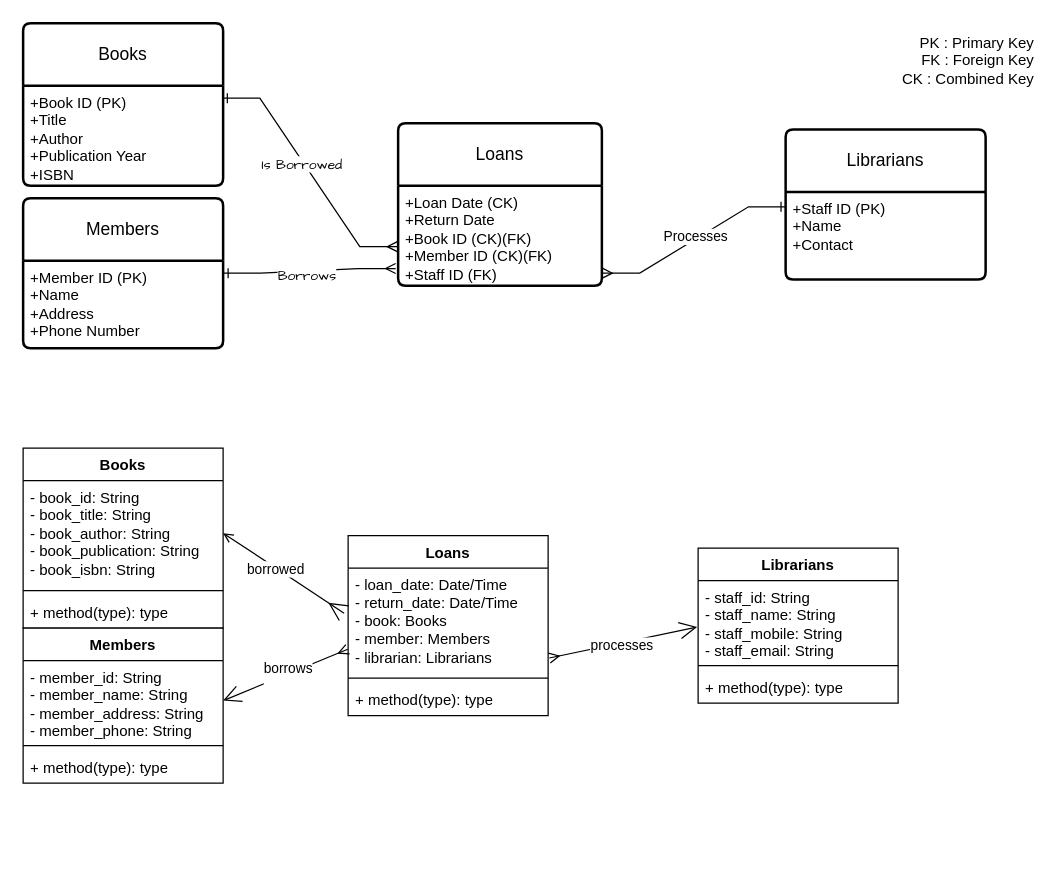
Earlier version of the draw.io diagram Library.drawio (williamprodinger23/williamprodinger23.github.io). Source tidied: cells renumbered, new cells numbered last; positions are measured from the earlier drawing's top-left corner, leaving out a move shared by most shapes. Both pictures are drawn from the tidied source at 125%, with x=0, y=0 at pixel (22, 22).
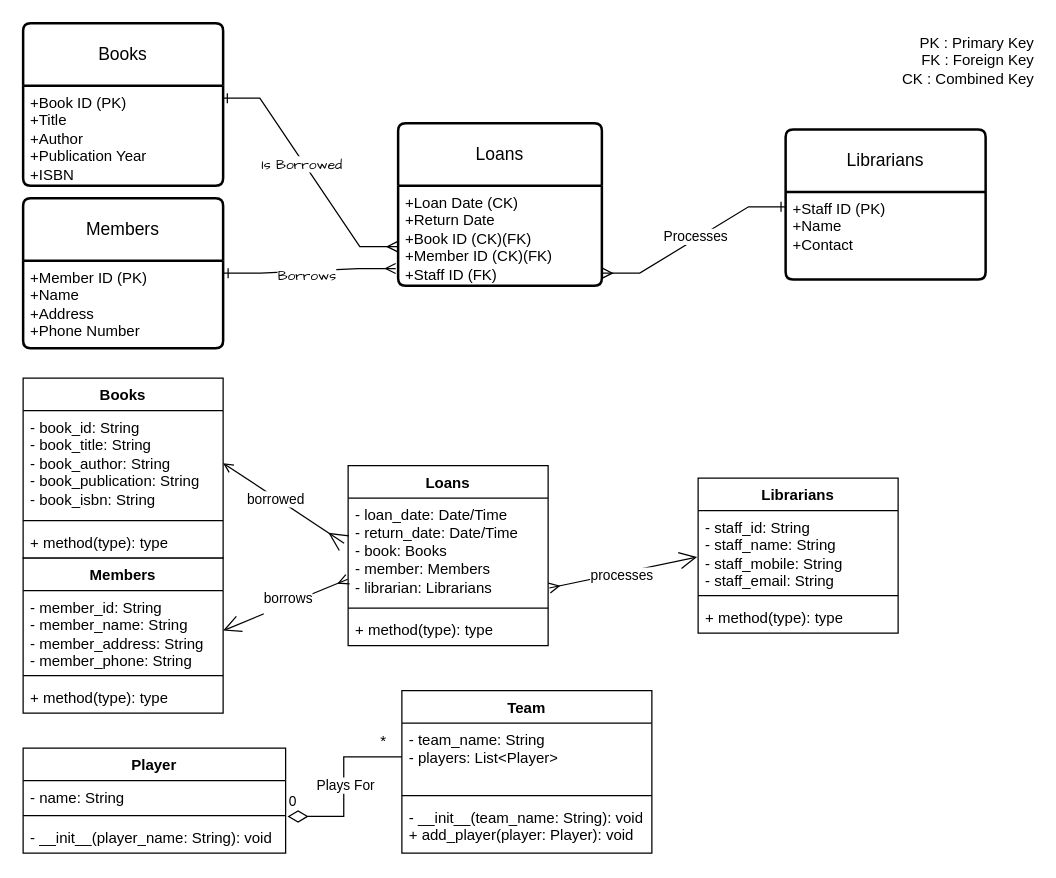
The same diagram, later.

The change refers to these unchanged cells:
```xml
<mxCell id="18" value="- book_id: String&lt;div&gt;- book_title: String&lt;/div&gt;&lt;div&gt;- book_author: String&lt;/div&gt;&lt;div&gt;- book_publication: String&lt;/div&gt;&lt;div&gt;- book_isbn: String&lt;/div&gt;" style="text;strokeColor=none;fillColor=none;align=left;verticalAlign=top;spacingLeft=4;spacingRight=4;overflow=hidden;points=[[0,0.5],[1,0.5]];portConstraint=eastwest;whiteSpace=wrap;html=1;shadow=0;" parent="17" vertex="1">
  <mxGeometry y="26" width="160" height="84" as="geometry" />
</mxCell>
<mxCell id="22" value="- member_id: String&lt;div&gt;- member_name: String&lt;/div&gt;&lt;div&gt;- member_address: String&lt;/div&gt;&lt;div&gt;- member_phone: String&lt;/div&gt;" style="text;strokeColor=none;fillColor=none;align=left;verticalAlign=top;spacingLeft=4;spacingRight=4;overflow=hidden;points=[[0,0.5],[1,0.5]];portConstraint=eastwest;whiteSpace=wrap;html=1;shadow=0;" parent="21" vertex="1">
  <mxGeometry y="26" width="160" height="64" as="geometry" />
</mxCell>
<mxCell id="26" value="- loan_date: Date/Time&lt;div&gt;- return_date: Date/Time&lt;/div&gt;&lt;div&gt;- book: Books&lt;/div&gt;&lt;div&gt;- member: Members&lt;/div&gt;&lt;div&gt;- librarian: Librarians&lt;/div&gt;" style="text;strokeColor=none;fillColor=none;align=left;verticalAlign=top;spacingLeft=4;spacingRight=4;overflow=hidden;points=[[0,0.5],[1,0.5]];portConstraint=eastwest;whiteSpace=wrap;html=1;shadow=0;" parent="25" vertex="1">
  <mxGeometry y="26" width="160" height="84" as="geometry" />
</mxCell>
<mxCell id="30" value="- staff_id: String&lt;div&gt;- staff_name: String&lt;/div&gt;&lt;div&gt;- staff_mobile: String&lt;/div&gt;&lt;div&gt;- staff_email: String&lt;/div&gt;" style="text;strokeColor=none;fillColor=none;align=left;verticalAlign=top;spacingLeft=4;spacingRight=4;overflow=hidden;points=[[0,0.5],[1,0.5]];portConstraint=eastwest;whiteSpace=wrap;html=1;shadow=0;" parent="29" vertex="1">
  <mxGeometry y="26" width="160" height="64" as="geometry" />
</mxCell>
```

The edit, as a diff of the source:
```diff
@@
     <mxCell id="17" value="Books" style="swimlane;fontStyle=1;align=center;verticalAlign=top;horizontal=1;startSize=26;whiteSpace=wrap;html=1;shadow=0;" parent="1" vertex="1">
-      <mxGeometry y="340" width="160" height="144" as="geometry" />
+      <mxGeometry y="284" width="160" height="144" as="geometry" />
     </mxCell>
@@
     <mxCell id="21" value="Members" style="swimlane;fontStyle=1;align=center;verticalAlign=top;horizontal=1;startSize=26;whiteSpace=wrap;html=1;shadow=0;" parent="1" vertex="1">
-      <mxGeometry y="484" width="160" height="124" as="geometry" />
+      <mxGeometry y="428" width="160" height="124" as="geometry" />
     </mxCell>
@@
     <mxCell id="25" value="Loans" style="swimlane;fontStyle=1;align=center;verticalAlign=top;horizontal=1;startSize=26;whiteSpace=wrap;html=1;shadow=0;" parent="1" vertex="1">
-      <mxGeometry x="260" y="410" width="160" height="144" as="geometry" />
+      <mxGeometry x="260" y="354" width="160" height="144" as="geometry" />
     </mxCell>
@@
     <mxCell id="29" value="Librarians" style="swimlane;fontStyle=1;align=center;verticalAlign=top;horizontal=1;startSize=26;whiteSpace=wrap;html=1;shadow=0;" parent="1" vertex="1">
-      <mxGeometry x="540" y="420" width="160" height="124" as="geometry" />
+      <mxGeometry x="540" y="364" width="160" height="124" as="geometry" />
     </mxCell>
@@
-    <mxCell id="33" style="endArrow=ERmany;endFill=0;endSize=12;html=1;rounded=0;entryX=-0.02;entryY=0.429;entryDx=0;entryDy=0;entryPerimeter=0;exitX=1;exitY=0.5;exitDx=0;exitDy=0;startArrow=open;startFill=0;" parent="1" edge="1" source="18" target="26">
-      <mxGeometry relative="1" as="geometry" />
+    <mxCell id="33" style="endArrow=ERmany;endFill=0;endSize=12;html=1;rounded=0;entryX=-0.02;entryY=0.429;entryDx=0;entryDy=0;entryPerimeter=0;exitX=1;exitY=0.5;exitDx=0;exitDy=0;startArrow=open;startFill=0;" parent="1" edge="1" target="26">
+      <mxGeometry relative="1" as="geometry">
+        <mxPoint x="160" y="352" as="sourcePoint" />
+      </mxGeometry>
     </mxCell>
@@
-    <mxCell id="35" style="endArrow=open;endFill=1;endSize=12;html=1;rounded=0;entryX=1;entryY=0.5;entryDx=0;entryDy=0;exitX=-0.002;exitY=0.773;exitDx=0;exitDy=0;exitPerimeter=0;startArrow=ERmany;startFill=0;" parent="1" edge="1" source="26" target="22">
-      <mxGeometry relative="1" as="geometry" />
+    <mxCell id="35" style="endArrow=open;endFill=1;endSize=12;html=1;rounded=0;entryX=1;entryY=0.5;entryDx=0;entryDy=0;exitX=-0.002;exitY=0.773;exitDx=0;exitDy=0;exitPerimeter=0;startArrow=ERmany;startFill=0;" parent="1" edge="1" source="26">
+      <mxGeometry relative="1" as="geometry">
+        <mxPoint x="160" y="486" as="targetPoint" />
+      </mxGeometry>
     </mxCell>
@@
-    <mxCell id="37" style="endArrow=open;endFill=1;endSize=12;html=1;rounded=0;entryX=-0.005;entryY=0.579;entryDx=0;entryDy=0;entryPerimeter=0;exitX=1.006;exitY=0.856;exitDx=0;exitDy=0;exitPerimeter=0;startArrow=ERmany;startFill=0;" parent="1" edge="1" source="26" target="30">
-      <mxGeometry relative="1" as="geometry" />
+    <mxCell id="37" style="endArrow=open;endFill=1;endSize=12;html=1;rounded=0;entryX=-0.005;entryY=0.579;entryDx=0;entryDy=0;entryPerimeter=0;exitX=1.006;exitY=0.856;exitDx=0;exitDy=0;exitPerimeter=0;startArrow=ERmany;startFill=0;" parent="1" edge="1" source="26">
+      <mxGeometry relative="1" as="geometry">
+        <mxPoint x="539.2" y="427.1" as="targetPoint" />
+      </mxGeometry>
     </mxCell>
@@
+    <mxCell id="39" value="Player" style="swimlane;fontStyle=1;align=center;verticalAlign=top;horizontal=1;startSize=26;whiteSpace=wrap;html=1;" parent="1" vertex="1">
+      <mxGeometry y="580" width="210" height="84" as="geometry" />
+    </mxCell>
+    <mxCell id="40" value="- name: String" style="text;strokeColor=none;fillColor=none;align=left;verticalAlign=top;spacingLeft=4;spacingRight=4;overflow=hidden;whiteSpace=wrap;html=1;" parent="39" vertex="1">
+      <mxGeometry y="26" width="210" height="24" as="geometry" />
+    </mxCell>
+    <mxCell id="41" style="line;strokeWidth=1;fillColor=none;align=left;verticalAlign=middle;spacingTop=-1;spacingLeft=3;spacingRight=3;labelPosition=right;strokeColor=inherit;" parent="39" vertex="1">
+      <mxGeometry y="50" width="210" height="8" as="geometry" />
+    </mxCell>
+    <mxCell id="42" value="- __init__(player_name: String): void" style="text;strokeColor=none;fillColor=none;align=left;verticalAlign=top;spacingLeft=4;spacingRight=4;overflow=hidden;points=[[0,0.5],[1,0.5]];portConstraint=eastwest;whiteSpace=wrap;html=1;" parent="39" vertex="1">
+      <mxGeometry y="58" width="210" height="26" as="geometry" />
+    </mxCell>
+    <mxCell id="43" value="Team" style="swimlane;fontStyle=1;align=center;verticalAlign=top;horizontal=1;startSize=26;whiteSpace=wrap;html=1;" parent="1" vertex="1">
+      <mxGeometry x="303" y="534" width="200" height="130" as="geometry" />
+    </mxCell>
+    <mxCell id="44" value="- team_name: String&lt;div&gt;- players: List&amp;lt;Player&amp;gt;&lt;/div&gt;" style="text;strokeColor=none;fillColor=none;align=left;verticalAlign=top;spacingLeft=4;spacingRight=4;overflow=hidden;points=[[0,0.5],[1,0.5]];portConstraint=eastwest;whiteSpace=wrap;html=1;" parent="43" vertex="1">
+      <mxGeometry y="26" width="200" height="54" as="geometry" />
+    </mxCell>
+    <mxCell id="45" style="line;strokeWidth=1;fillColor=none;align=left;verticalAlign=middle;spacingTop=-1;spacingLeft=3;spacingRight=3;labelPosition=right;strokeColor=inherit;" parent="43" vertex="1">
+      <mxGeometry y="80" width="200" height="8" as="geometry" />
+    </mxCell>
+    <mxCell id="46" value="- __init__(team_name: String): void&lt;div&gt;+ add_player(player: Player): void&lt;/div&gt;" style="text;strokeColor=none;fillColor=none;align=left;verticalAlign=top;spacingLeft=4;spacingRight=4;overflow=hidden;whiteSpace=wrap;html=1;" parent="43" vertex="1">
+      <mxGeometry y="88" width="200" height="42" as="geometry" />
+    </mxCell>
+    <mxCell id="47" value="0" style="endArrow=none;html=1;endSize=12;startArrow=diamondThin;startSize=14;startFill=0;edgeStyle=orthogonalEdgeStyle;align=left;verticalAlign=bottom;rounded=0;exitX=1.007;exitY=-0.129;exitDx=0;exitDy=0;exitPerimeter=0;entryX=0;entryY=0.5;entryDx=0;entryDy=0;endFill=0;" parent="1" edge="1" source="42" target="44">
+      <mxGeometry x="-1" y="3" relative="1" as="geometry" />
+    </mxCell>
+    <mxCell id="48" value="Plays For" style="edgeLabel;html=1;align=center;verticalAlign=middle;" parent="47" vertex="1">
+      <mxGeometry x="0.01" y="-1" relative="1" as="geometry" />
+    </mxCell>
+    <mxCell id="49" value="*" style="text;html=1;align=center;verticalAlign=middle;strokeColor=none;fillColor=none;" parent="1" vertex="1">
+      <mxGeometry x="273" y="560" width="30" height="30" as="geometry" />
+    </mxCell>
```
